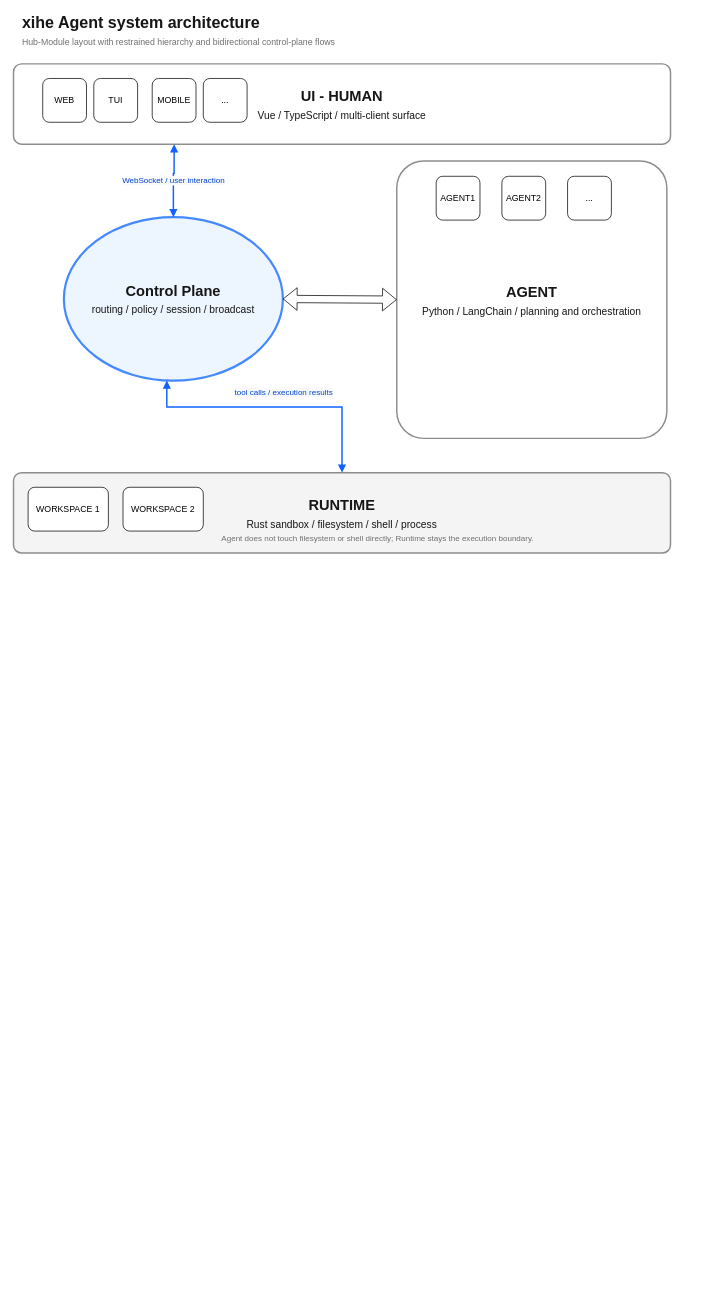
This is docs/i18n/zh-Hans/DEV-001-system-architecture.drawio from cc01cc/xihe-project, a draw.io file, before an edit. Source tidied: cells renumbered, new cells numbered last; positions are measured from the earlier drawing's top-left corner, leaving out a move shared by most shapes. Both pictures are drawn from the tidied source at 73%, with x=0, y=0 at pixel (13, 12).
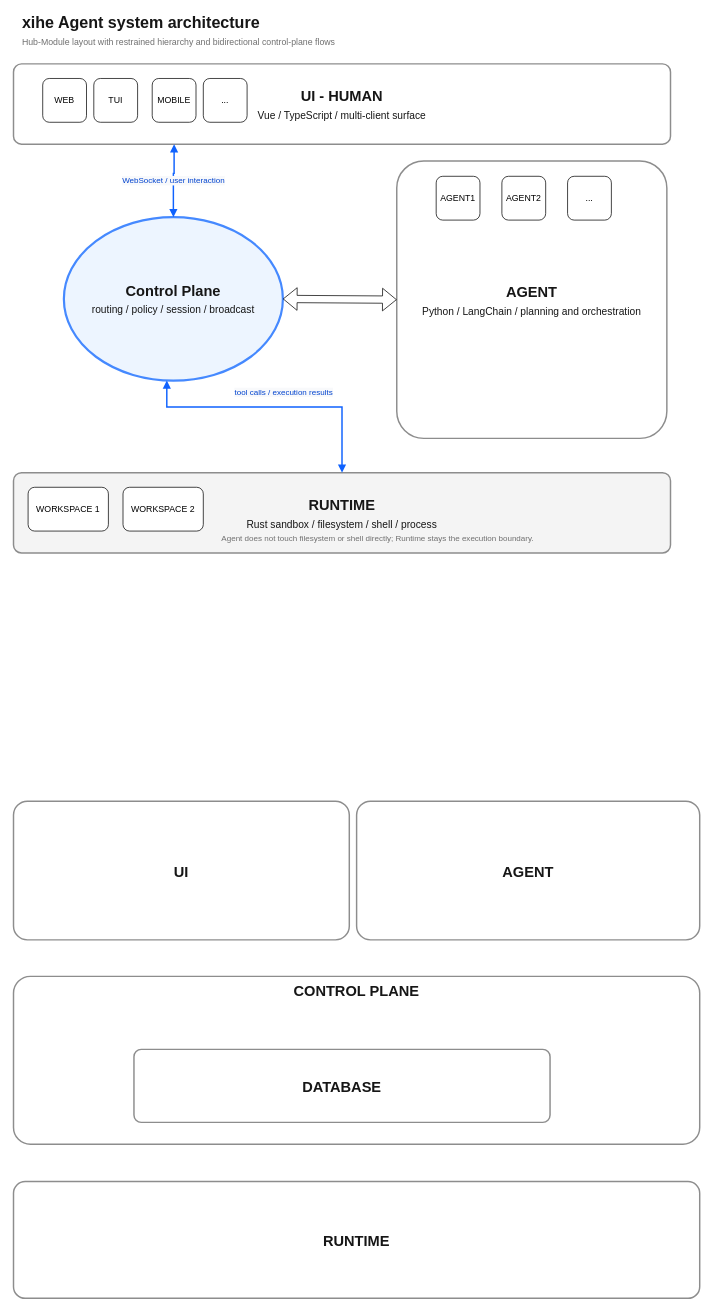
The same diagram, later.

Commit message:
docs(architecture): update system diagram

同步架构图中的 Control Plane、Database、UI 与 Agent 分层边界。

What changed in the source:
```diff
@@
+    <mxCell id="21" value="&lt;b&gt;CONTROL PLANE&lt;/b&gt;" style="rounded=1;whiteSpace=wrap;html=1;fillColor=#ffffff;strokeColor=#8d8d8d;strokeWidth=2;fontColor=#161616;fontSize=20;arcSize=10;align=center;verticalAlign=top;spacingTop=2;" parent="1" vertex="1">
+      <mxGeometry y="1320" width="940" height="230" as="geometry" />
+    </mxCell>
+    <mxCell id="22" value="&lt;b&gt;UI&lt;/b&gt;" style="rounded=1;whiteSpace=wrap;html=1;fillColor=#ffffff;strokeColor=#8d8d8d;strokeWidth=2;fontColor=#161616;fontSize=20;arcSize=10;align=center;verticalAlign=middle;spacingTop=2;" parent="1" vertex="1">
+      <mxGeometry y="1080" width="460" height="190" as="geometry" />
+    </mxCell>
+    <mxCell id="23" value="&lt;b&gt;AGENT&lt;/b&gt;" style="rounded=1;whiteSpace=wrap;html=1;fillColor=#ffffff;strokeColor=#8d8d8d;strokeWidth=2;fontColor=#161616;fontSize=20;arcSize=10;align=center;verticalAlign=middle;spacingTop=2;" parent="1" vertex="1">
+      <mxGeometry x="470" y="1080" width="470" height="190" as="geometry" />
+    </mxCell>
+    <mxCell id="24" value="&lt;b&gt;RUNTIME&lt;/b&gt;" style="rounded=1;whiteSpace=wrap;html=1;fillColor=#ffffff;strokeColor=#8d8d8d;strokeWidth=2;fontColor=#161616;fontSize=20;arcSize=10;align=center;verticalAlign=middle;spacingTop=2;" parent="1" vertex="1">
+      <mxGeometry y="1601" width="940" height="160" as="geometry" />
+    </mxCell>
+    <mxCell id="25" value="&lt;b&gt;DATABASE&lt;/b&gt;" style="rounded=1;whiteSpace=wrap;html=1;fillColor=#ffffff;strokeColor=#8d8d8d;strokeWidth=2;fontColor=#161616;fontSize=20;arcSize=10;align=center;verticalAlign=middle;spacingTop=2;" parent="1" vertex="1">
+      <mxGeometry x="165" y="1420" width="570" height="100" as="geometry" />
+    </mxCell>
```
